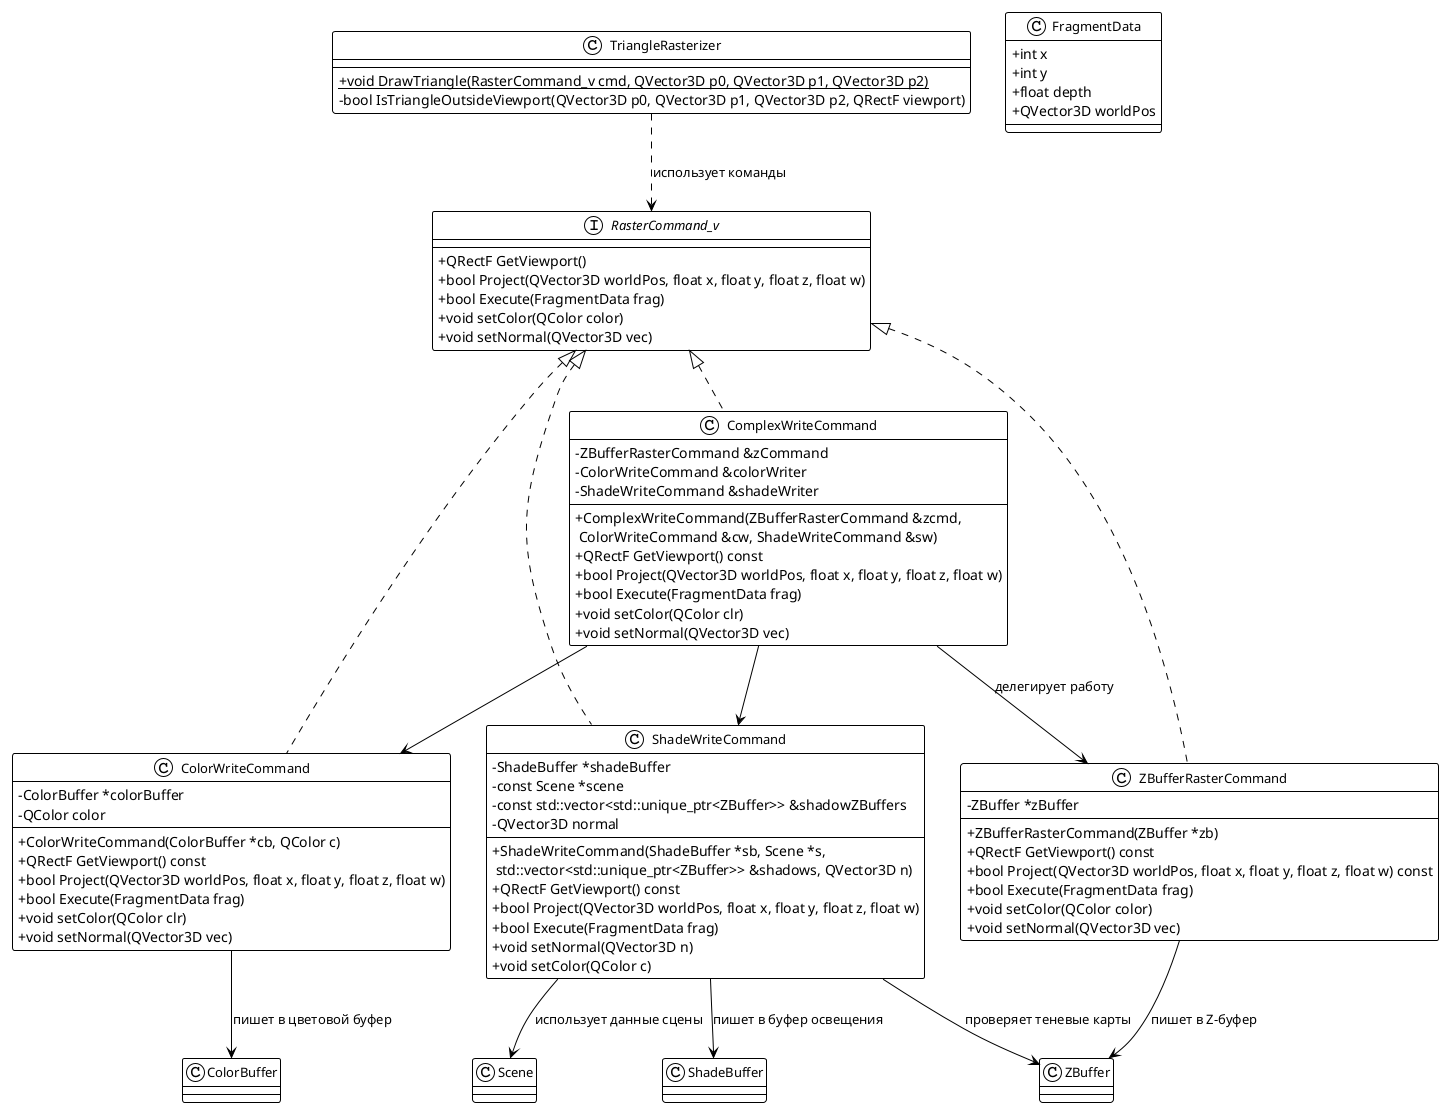
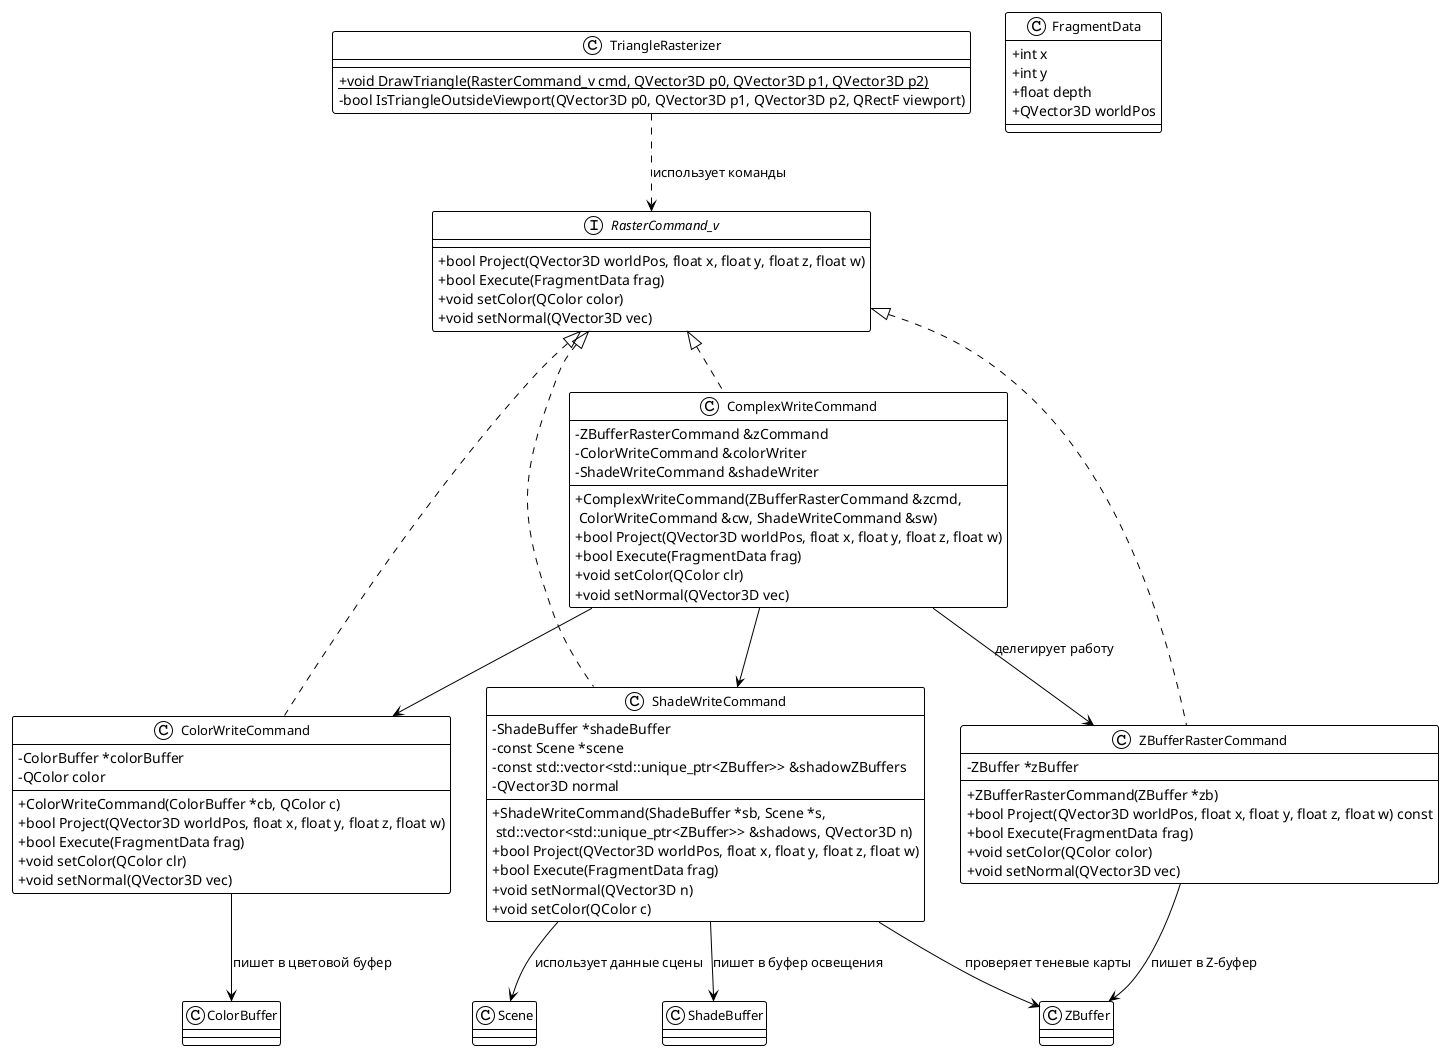
@startuml
!theme plain
skinparam classFontSize 13
skinparam classAttributeIconSize 0

class TriangleRasterizer {
  +{static} void DrawTriangle(RasterCommand_v cmd, QVector3D p0, QVector3D p1, QVector3D p2)
  -bool IsTriangleOutsideViewport(QVector3D p0, QVector3D p1, QVector3D p2, QRectF viewport)
}

interface RasterCommand_v {
-   +QRectF GetViewport()
  +bool Project(QVector3D worldPos, float x, float y, float z, float w)
  +bool Execute(FragmentData frag)
  +void setColor(QColor color)
  +void setNormal(QVector3D vec)
}

class ZBufferRasterCommand {
  -ZBuffer *zBuffer
  +ZBufferRasterCommand(ZBuffer *zb)
-   +QRectF GetViewport() const
  +bool Project(QVector3D worldPos, float x, float y, float z, float w) const
  +bool Execute(FragmentData frag)
  +void setColor(QColor color)
  +void setNormal(QVector3D vec)
}

class ColorWriteCommand {
  -ColorBuffer *colorBuffer
  -QColor color
  +ColorWriteCommand(ColorBuffer *cb, QColor c)
-   +QRectF GetViewport() const
  +bool Project(QVector3D worldPos, float x, float y, float z, float w)
  +bool Execute(FragmentData frag)
  +void setColor(QColor clr)
  +void setNormal(QVector3D vec)
}

class ShadeWriteCommand {
  -ShadeBuffer *shadeBuffer
  -const Scene *scene
  -const std::vector<std::unique_ptr<ZBuffer>> &shadowZBuffers
  -QVector3D normal
  +ShadeWriteCommand(ShadeBuffer *sb, Scene *s,\n std::vector<std::unique_ptr<ZBuffer>> &shadows, QVector3D n)
-   +QRectF GetViewport() const
  +bool Project(QVector3D worldPos, float x, float y, float z, float w)
  +bool Execute(FragmentData frag)
  +void setNormal(QVector3D n)
  +void setColor(QColor c)
}

class ComplexWriteCommand {
  -ZBufferRasterCommand &zCommand
  -ColorWriteCommand &colorWriter
  -ShadeWriteCommand &shadeWriter
  +ComplexWriteCommand(ZBufferRasterCommand &zcmd,\n ColorWriteCommand &cw, ShadeWriteCommand &sw)
-   +QRectF GetViewport() const
  +bool Project(QVector3D worldPos, float x, float y, float z, float w)
  +bool Execute(FragmentData frag)
  +void setColor(QColor clr)
  +void setNormal(QVector3D vec)
}

class FragmentData {
  +int x
  +int y
  +float depth
  +QVector3D worldPos
}

class ZBuffer
class ColorBuffer
class ShadeBuffer
class Scene

TriangleRasterizer ..> RasterCommand_v : использует команды
RasterCommand_v <|.. ZBufferRasterCommand
RasterCommand_v <|.. ColorWriteCommand
RasterCommand_v <|.. ShadeWriteCommand
RasterCommand_v <|.. ComplexWriteCommand
ZBufferRasterCommand --> ZBuffer : пишет в Z-буфер
ColorWriteCommand --> ColorBuffer : пишет в цветовой буфер
ShadeWriteCommand --> ShadeBuffer : пишет в буфер освещения
ShadeWriteCommand --> Scene : использует данные сцены
ShadeWriteCommand --> ZBuffer : проверяет теневые карты
ComplexWriteCommand --> ZBufferRasterCommand : делегирует работу
ComplexWriteCommand --> ColorWriteCommand
ComplexWriteCommand --> ShadeWriteCommand
@enduml